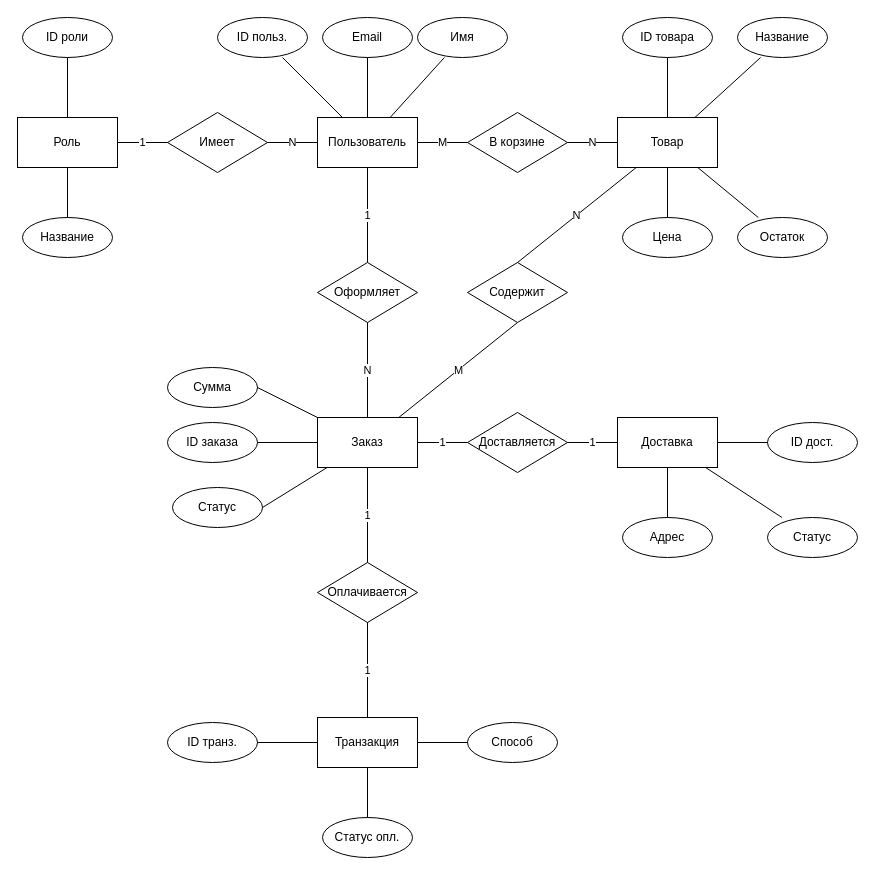
Before: Отчет/Диаграммы/er-диаграмма.drawio in jegyar/kourse_work, a draw.io diagram. Source tidied: cells renumbered, new cells numbered last; positions are measured from the earlier drawing's top-left corner, leaving out a move shared by most shapes. Both pictures are drawn from the tidied source at 100%, with x=0, y=0 at pixel (17, 17).
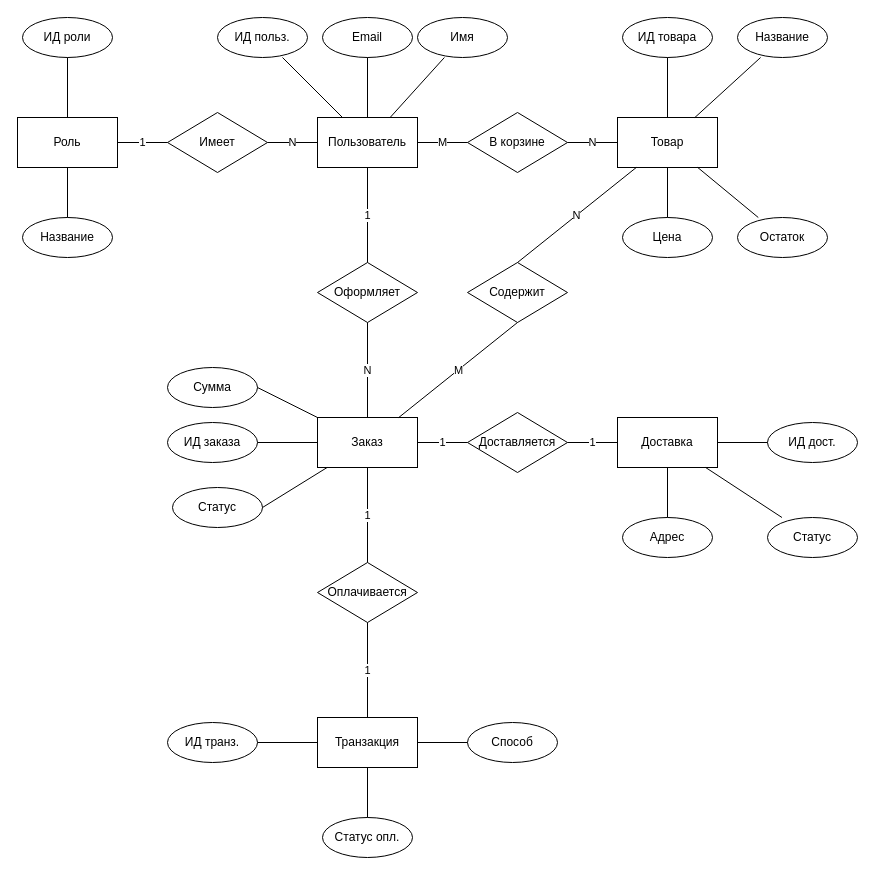
The same page after the edit.

Diff of the diagram source:
```diff
@@
-    <mxCell id="26" value="ID роли" style="shape=ellipse;whiteSpace=wrap;html=1;" parent="1" vertex="1">
+    <mxCell id="26" value="ИД&lt;span style=&quot;background-color: transparent; color: light-dark(rgb(0, 0, 0), rgb(255, 255, 255));&quot;&gt;&amp;nbsp;роли&lt;/span&gt;" style="shape=ellipse;whiteSpace=wrap;html=1;" parent="1" vertex="1">
       <mxGeometry x="5" width="90" height="40" as="geometry" />
     </mxCell>
@@
-    <mxCell id="30" value="ID польз." style="shape=ellipse;whiteSpace=wrap;html=1;" parent="1" vertex="1">
+    <mxCell id="30" value="ИД польз." style="shape=ellipse;whiteSpace=wrap;html=1;" parent="1" vertex="1">
       <mxGeometry x="200" width="90" height="40" as="geometry" />
     </mxCell>
@@
-    <mxCell id="36" value="ID товара" style="shape=ellipse;whiteSpace=wrap;html=1;" parent="1" vertex="1">
+    <mxCell id="36" value="ИД товара" style="shape=ellipse;whiteSpace=wrap;html=1;" parent="1" vertex="1">
       <mxGeometry x="605" width="90" height="40" as="geometry" />
     </mxCell>
@@
-    <mxCell id="44" value="ID заказа" style="shape=ellipse;whiteSpace=wrap;html=1;" parent="1" vertex="1">
+    <mxCell id="44" value="ИД заказа" style="shape=ellipse;whiteSpace=wrap;html=1;" parent="1" vertex="1">
       <mxGeometry x="150" y="405" width="90" height="40" as="geometry" />
     </mxCell>
@@
-    <mxCell id="50" value="ID транз." style="shape=ellipse;whiteSpace=wrap;html=1;" parent="1" vertex="1">
+    <mxCell id="50" value="ИД транз." style="shape=ellipse;whiteSpace=wrap;html=1;" parent="1" vertex="1">
       <mxGeometry x="150" y="705" width="90" height="40" as="geometry" />
     </mxCell>
@@
-    <mxCell id="56" value="ID дост." style="shape=ellipse;whiteSpace=wrap;html=1;" parent="1" vertex="1">
+    <mxCell id="56" value="ИД дост." style="shape=ellipse;whiteSpace=wrap;html=1;" parent="1" vertex="1">
       <mxGeometry x="750" y="405" width="90" height="40" as="geometry" />
     </mxCell>
```
